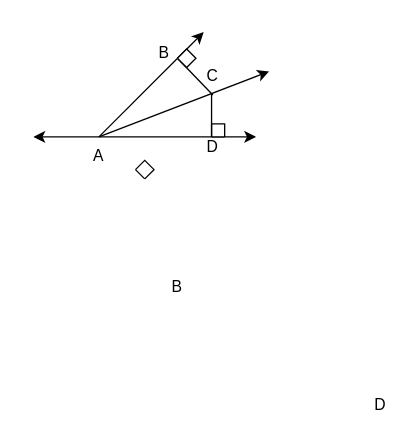
Above: chapters/diagrams/51-angle_bisector.drawio in sasmlange/geometry (draw.io), before the change. Source tidied: cells renumbered, new cells numbered last; positions are measured from the earlier drawing's top-left corner, leaving out a move shared by most shapes. Both pictures are drawn from the tidied source at 131%, with x=0, y=0 at pixel (33, 31).
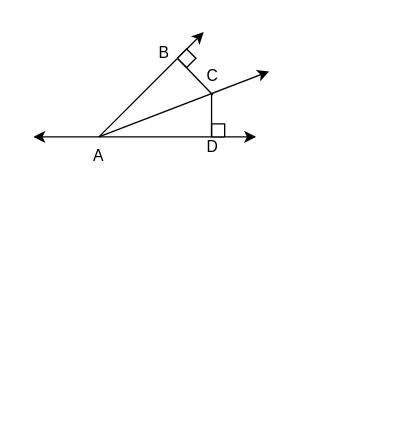
The same page after the edit.

The edit, as a diff of the source:
```diff
@@
-    <mxCell id="6" value="B" style="text;html=1;strokeColor=none;fillColor=none;align=center;verticalAlign=middle;whiteSpace=wrap;rounded=0;" parent="1" vertex="1">
-      <mxGeometry x="100" y="180" width="20" height="30" as="geometry" />
-    </mxCell>
@@
-    <mxCell id="8" value="D" style="text;html=1;strokeColor=none;fillColor=none;align=center;verticalAlign=middle;whiteSpace=wrap;rounded=0;" parent="1" vertex="1">
-      <mxGeometry x="260" y="270" width="10" height="30" as="geometry" />
-    </mxCell>
@@
-    <mxCell id="12" style="swimlane;startSize=10;rotation=45;" parent="1" vertex="1">
-      <mxGeometry x="80" y="100" width="10" height="10" as="geometry" />
-    </mxCell>
```
